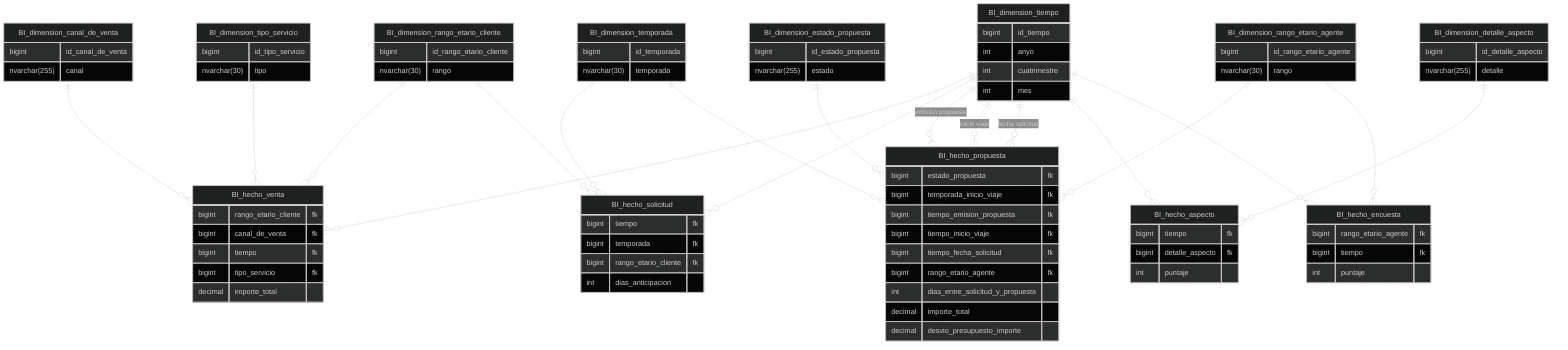
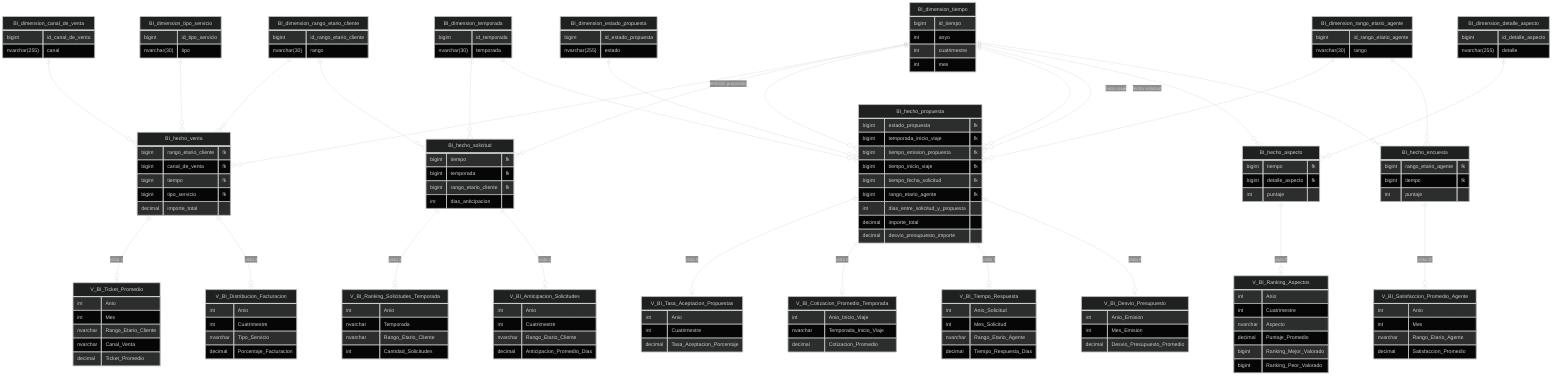
---
config:
  theme: dark
---
erDiagram

    BI_dimension_tiempo{
        bigint id_tiempo
        int anyo
        int cuatrimestre
        int mes
    }
    BI_dimension_rango_etario_cliente{
        bigint id_rango_etario_cliente
        nvarchar(30) rango
    }
    BI_dimension_rango_etario_agente{
        bigint id_rango_etario_agente
        nvarchar(30) rango
    }
    BI_dimension_temporada{
        bigint id_temporada
        nvarchar(30) temporada
    }
    BI_dimension_tipo_servicio{
        bigint id_tipo_servicio
        nvarchar(30) tipo
    }
    BI_dimension_canal_de_venta{
        bigint id_canal_de_venta
        nvarchar(255) canal
    }
    BI_dimension_estado_propuesta{
        bigint id_estado_propuesta
        nvarchar(255) estado
    }
    BI_dimension_detalle_aspecto{
        bigint id_detalle_aspecto
        nvarchar(255) detalle
    }
    BI_hecho_venta{
        bigint rango_etario_cliente fk
        bigint canal_de_venta fk
        bigint tiempo fk
        bigint tipo_servicio fk
        decimal importe_total
    }
    BI_dimension_canal_de_venta ||--o{ BI_hecho_venta : ""
    BI_dimension_rango_etario_cliente ||--o{ BI_hecho_venta : ""
    BI_dimension_tiempo ||--o{ BI_hecho_venta : ""
    BI_dimension_tipo_servicio ||--o{ BI_hecho_venta : ""

    BI_hecho_solicitud{
        bigint tiempo fk
        bigint temporada fk
        bigint rango_etario_cliente fk
        int dias_anticipacion
    }

    BI_dimension_tiempo ||--o{ BI_hecho_solicitud : ""
    BI_dimension_temporada ||--o{ BI_hecho_solicitud : ""
    BI_dimension_rango_etario_cliente ||--o{ BI_hecho_solicitud : ""

    BI_hecho_propuesta{
        bigint estado_propuesta fk
        bigint temporada_inicio_viaje fk
        bigint tiempo_emision_propuesta fk
        bigint tiempo_inicio_viaje fk
        bigint tiempo_fecha_solicitud fk
        bigint rango_etario_agente fk
        int dias_entre_solicitud_y_propuesta
        decimal importe_total
        decimal desvio_presupuesto_importe
    }

    BI_dimension_estado_propuesta ||--o{ BI_hecho_propuesta : ""
    BI_dimension_temporada ||--o{ BI_hecho_propuesta : ""
    BI_dimension_tiempo ||--o{ BI_hecho_propuesta : "emision propuesta"
    BI_dimension_tiempo ||--o{ BI_hecho_propuesta : "inicio viaje"
    BI_dimension_tiempo ||--o{ BI_hecho_propuesta : "fecha solicitud"
    BI_dimension_rango_etario_agente ||--o{ BI_hecho_propuesta : ""

    BI_hecho_aspecto{
        bigint tiempo fk
        bigint detalle_aspecto fk
        int puntaje
    }
    BI_dimension_tiempo ||--o{ BI_hecho_aspecto : ""
    BI_dimension_detalle_aspecto ||--o{ BI_hecho_aspecto : ""

    BI_hecho_encuesta{
        bigint rango_etario_agente fk
        bigint tiempo fk
        int puntaje
    }
    BI_dimension_rango_etario_agente ||--o{ BI_hecho_encuesta : ""
-     BI_dimension_tiempo ||--o{ BI_hecho_encuesta : ""+     BI_dimension_tiempo ||--o{ BI_hecho_encuesta : ""
+ 
+     V_BI_Ticket_Promedio{
+         int Anio
+         int Mes
+         nvarchar Rango_Etario_Cliente
+         nvarchar Canal_Venta
+         decimal Ticket_Promedio
+     }
+ 
+     V_BI_Distribucion_Facturacion{
+         int Anio
+         int Cuatrimestre
+         nvarchar Tipo_Servicio
+         decimal Porcentaje_Facturacion
+     }
+ 
+     V_BI_Ranking_Solicitudes_Temporada{
+         int Anio
+         nvarchar Temporada
+         nvarchar Rango_Etario_Cliente
+         int Cantidad_Solicitudes
+     }
+ 
+     V_BI_Anticipacion_Solicitudes{
+         int Anio
+         int Cuatrimestre
+         nvarchar Rango_Etario_Cliente
+         decimal Anticipacion_Promedio_Dias
+     }
+ 
+     V_BI_Tasa_Aceptacion_Propuestas{
+         int Anio
+         int Cuatrimestre
+         decimal Tasa_Aceptacion_Porcentaje
+     }
+ 
+     V_BI_Cotizacion_Promedio_Temporada{
+         int Anio_Inicio_Viaje
+         nvarchar Temporada_Inicio_Viaje
+         decimal Cotizacion_Promedio
+     }
+ 
+     V_BI_Tiempo_Respuesta{
+         int Anio_Solicitud
+         int Mes_Solicitud
+         nvarchar Rango_Etario_Agente
+         decimal Tiempo_Respuesta_Dias
+     }
+ 
+     V_BI_Desvio_Presupuesto{
+         int Anio_Emision
+         int Mes_Emision
+         decimal Desvio_Presupuesto_Promedio
+     }
+ 
+     V_BI_Ranking_Aspectos{
+         int Anio
+         int Cuatrimestre
+         nvarchar Aspecto
+         decimal Puntaje_Promedio
+         bigint Ranking_Mejor_Valorado
+         bigint Ranking_Peor_Valorado
+     }
+ 
+     V_BI_Satisfaccion_Promedio_Agente{
+         int Anio
+         int Mes
+         nvarchar Rango_Etario_Agente
+         decimal Satisfaccion_Promedio
+     }
+ 
+     BI_hecho_venta ||--o| V_BI_Ticket_Promedio : "vista 1"
+     BI_hecho_venta ||--o| V_BI_Distribucion_Facturacion : "vista 2"
+     BI_hecho_solicitud ||--o| V_BI_Ranking_Solicitudes_Temporada : "vista 3"
+     BI_hecho_solicitud ||--o| V_BI_Anticipacion_Solicitudes : "vista 4"
+     BI_hecho_propuesta ||--o| V_BI_Tasa_Aceptacion_Propuestas : "vista 5"
+     BI_hecho_propuesta ||--o| V_BI_Cotizacion_Promedio_Temporada : "vista 6"
+     BI_hecho_propuesta ||--o| V_BI_Tiempo_Respuesta : "vista 7"
+     BI_hecho_propuesta ||--o| V_BI_Desvio_Presupuesto : "vista 8"
+     BI_hecho_aspecto ||--o| V_BI_Ranking_Aspectos : "vista 9"
+     BI_hecho_encuesta ||--o| V_BI_Satisfaccion_Promedio_Agente : "vista 10"